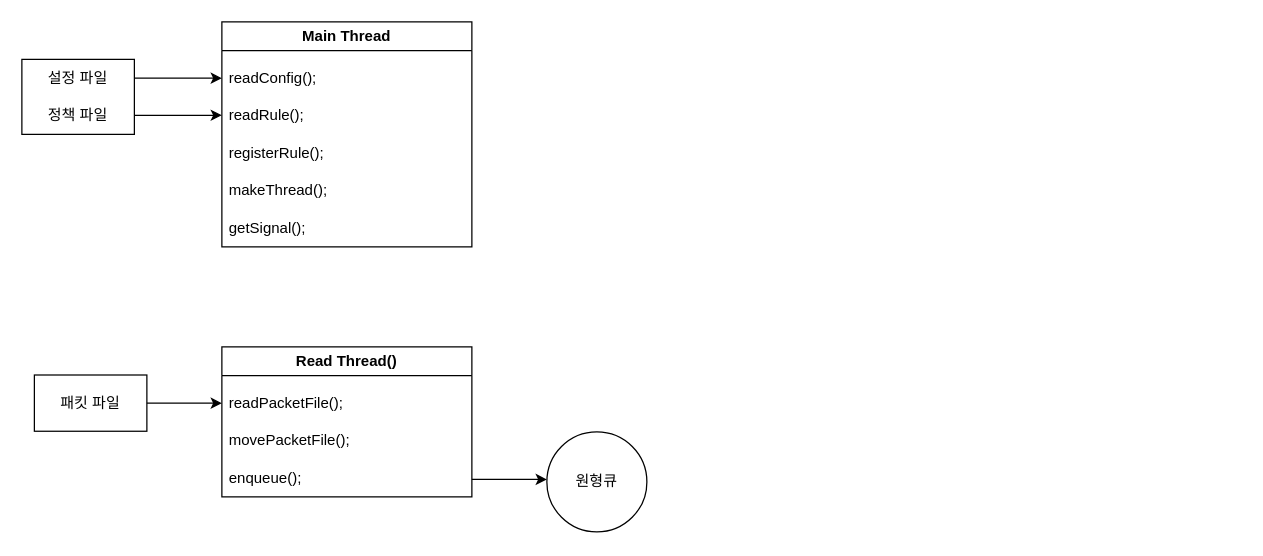
This is IDS_project.drawio from Hayeon-Lee/IDS, a draw.io file, before an edit. Source tidied: cells renumbered, new cells numbered last; positions are measured from the earlier drawing's top-left corner, leaving out a move shared by most shapes. Both pictures are drawn from the tidied source at 125%, with x=0, y=0 at pixel (21, 21).
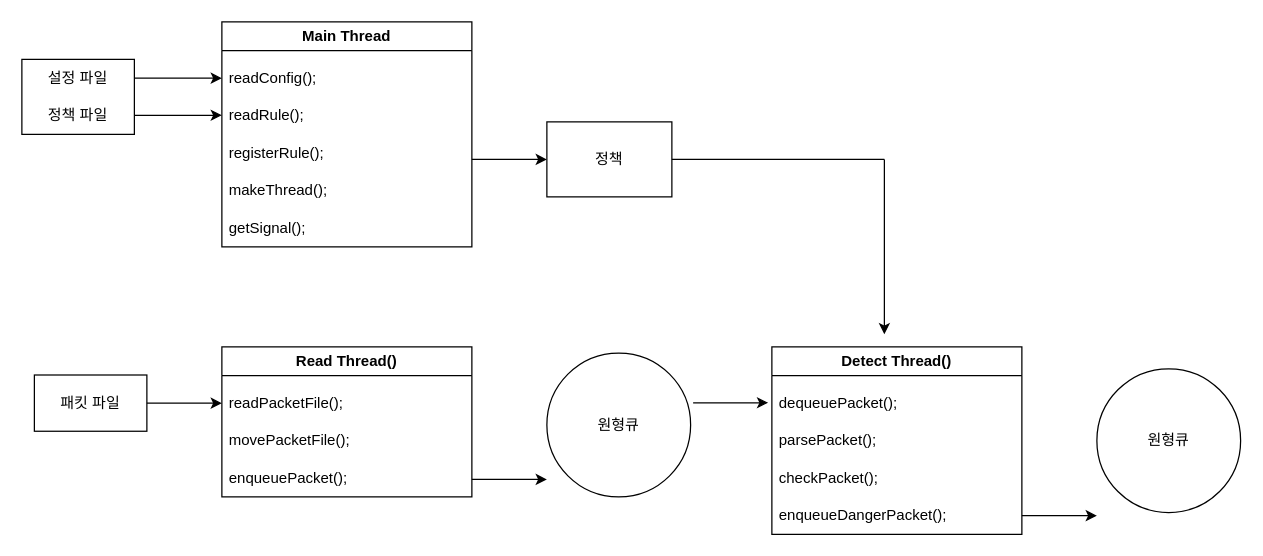
The same diagram, later.

Commit message:
detect thread

Unchanged cells that the change refers to:
```xml
<mxCell id="13" value="Read Thread()" style="swimlane;whiteSpace=wrap;html=1;" parent="1" vertex="1">
  <mxGeometry x="160" y="260" width="200" height="120" as="geometry" />
</mxCell>
```

The edit, as a diff of the source:
```diff
@@
-    <mxCell id="16" value="enqueue();" style="text;strokeColor=none;fillColor=none;align=left;verticalAlign=middle;spacingLeft=4;spacingRight=4;overflow=hidden;whiteSpace=wrap;html=1;" parent="13" vertex="1">
+    <mxCell id="16" value="enqueuePacket();" style="text;strokeColor=none;fillColor=none;align=left;verticalAlign=middle;spacingLeft=4;spacingRight=4;overflow=hidden;whiteSpace=wrap;html=1;" parent="13" vertex="1">
       <mxGeometry y="90" width="200" height="30" as="geometry" />
     </mxCell>
@@
     <mxCell id="20" value="원형큐" style="ellipse;whiteSpace=wrap;html=1;" parent="1" vertex="1">
-      <mxGeometry x="420" y="328" width="80" height="80" as="geometry" />
+      <mxGeometry x="420" y="265" width="115" height="115" as="geometry" />
     </mxCell>
+    <mxCell id="21" value="Detect Thread()" style="swimlane;whiteSpace=wrap;html=1;" parent="1" vertex="1">
+      <mxGeometry x="600" y="260" width="200" height="150" as="geometry" />
+    </mxCell>
+    <mxCell id="22" value="dequeuePacket();" style="text;strokeColor=none;fillColor=none;align=left;verticalAlign=middle;spacingLeft=4;spacingRight=4;overflow=hidden;whiteSpace=wrap;html=1;" parent="21" vertex="1">
+      <mxGeometry y="30" width="200" height="30" as="geometry" />
+    </mxCell>
+    <mxCell id="23" value="parsePacket();" style="text;strokeColor=none;fillColor=none;align=left;verticalAlign=middle;spacingLeft=4;spacingRight=4;overflow=hidden;whiteSpace=wrap;html=1;" parent="21" vertex="1">
+      <mxGeometry y="60" width="200" height="30" as="geometry" />
+    </mxCell>
+    <mxCell id="24" value="checkPacket();" style="text;strokeColor=none;fillColor=none;align=left;verticalAlign=middle;spacingLeft=4;spacingRight=4;overflow=hidden;whiteSpace=wrap;html=1;" parent="21" vertex="1">
+      <mxGeometry y="90" width="200" height="30" as="geometry" />
+    </mxCell>
+    <mxCell id="25" value="enqueueDangerPacket();" style="text;strokeColor=none;fillColor=none;align=left;verticalAlign=middle;spacingLeft=4;spacingRight=4;overflow=hidden;whiteSpace=wrap;html=1;" parent="21" vertex="1">
+      <mxGeometry y="120" width="200" height="30" as="geometry" />
+    </mxCell>
+    <mxCell id="26" style="endArrow=classic;html=1;rounded=0;" parent="1" edge="1">
+      <mxGeometry relative="1" as="geometry">
+        <mxPoint x="537" y="304.7" as="sourcePoint" />
+        <mxPoint x="597" y="304.7" as="targetPoint" />
+      </mxGeometry>
+    </mxCell>
+    <mxCell id="27" style="endArrow=classic;html=1;rounded=0;" parent="1" edge="1">
+      <mxGeometry relative="1" as="geometry">
+        <mxPoint x="360" y="110" as="sourcePoint" />
+        <mxPoint x="420" y="110" as="targetPoint" />
+      </mxGeometry>
+    </mxCell>
+    <mxCell id="28" value="정책" style="rounded=0;whiteSpace=wrap;html=1;" parent="1" vertex="1">
+      <mxGeometry x="420" y="80" width="100" height="60" as="geometry" />
+    </mxCell>
+    <mxCell id="29" style="endArrow=none;html=1;rounded=0;" parent="1" edge="1">
+      <mxGeometry relative="1" as="geometry">
+        <mxPoint x="520" y="110" as="sourcePoint" />
+        <mxPoint x="690" y="110" as="targetPoint" />
+      </mxGeometry>
+    </mxCell>
+    <mxCell id="30" style="endArrow=classic;html=1;rounded=0;" parent="1" edge="1">
+      <mxGeometry relative="1" as="geometry">
+        <mxPoint x="690" y="110" as="sourcePoint" />
+        <mxPoint x="690" y="250" as="targetPoint" />
+      </mxGeometry>
+    </mxCell>
+    <mxCell id="31" style="endArrow=classic;html=1;rounded=0;" parent="1" edge="1">
+      <mxGeometry relative="1" as="geometry">
+        <mxPoint x="800" y="395" as="sourcePoint" />
+        <mxPoint x="860" y="395" as="targetPoint" />
+      </mxGeometry>
+    </mxCell>
+    <mxCell id="32" value="원형큐" style="ellipse;whiteSpace=wrap;html=1;" parent="1" vertex="1">
+      <mxGeometry x="860" y="277.5" width="115" height="115" as="geometry" />
+    </mxCell>
```
